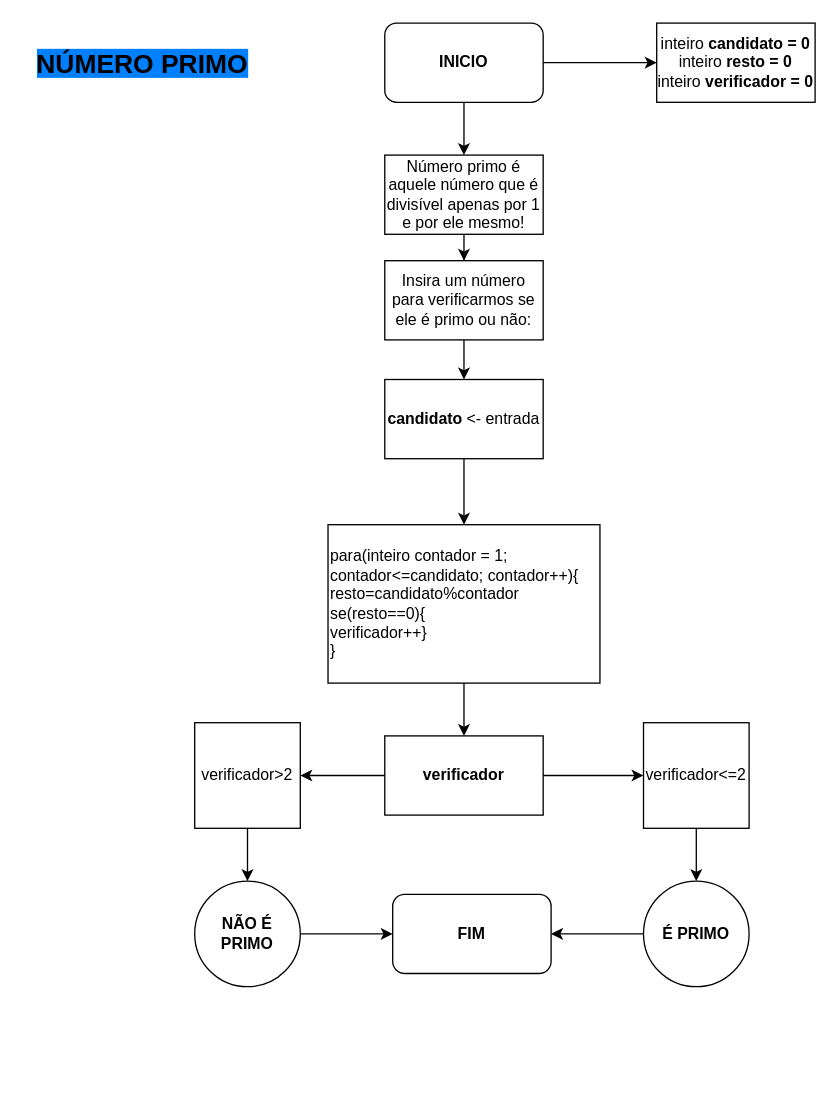
This is numero_primo.drawio from Matheuslbcosta02/diagramas_pdf, a draw.io file, before an edit. Source tidied: cells renumbered, new cells numbered last; positions are measured from the earlier drawing's top-left corner, leaving out a move shared by most shapes. Both pictures are drawn from the tidied source at 132%, with x=0, y=0 at pixel (22, 22).
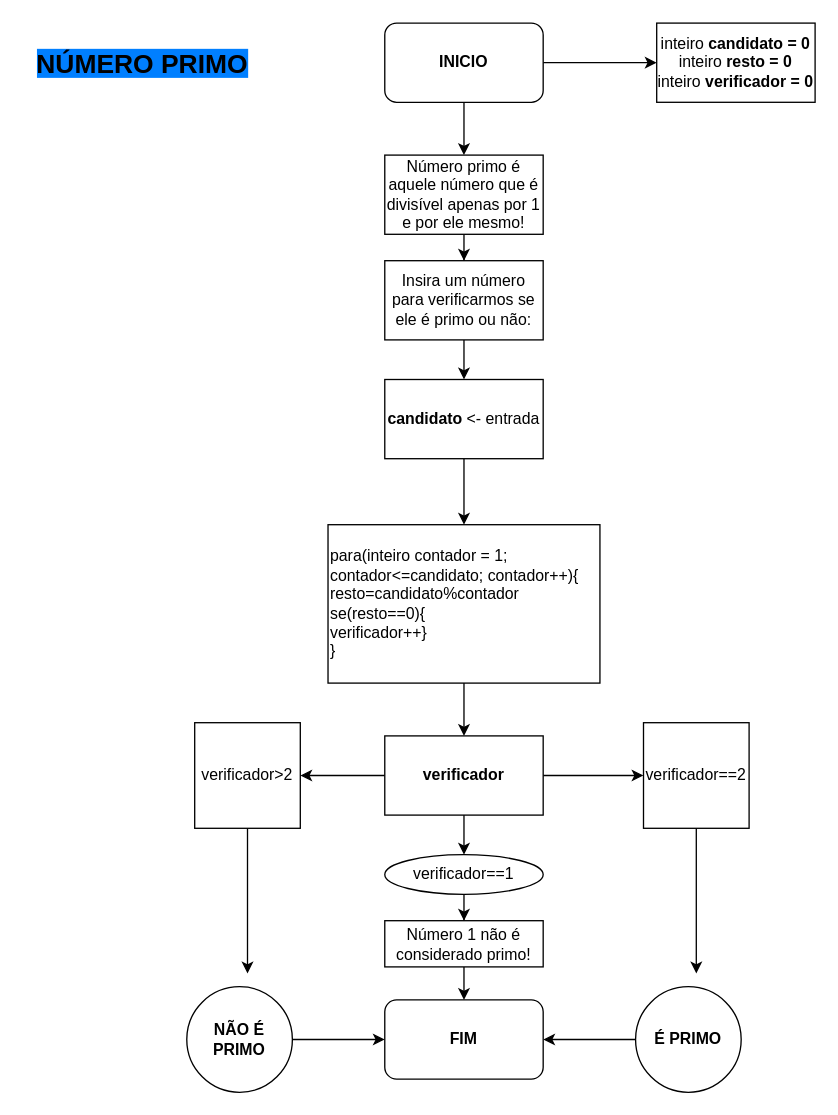
The same diagram, later.

The change refers to these unchanged cells:
```xml
<mxCell id="17" value="&lt;b&gt;verificador&lt;/b&gt;" style="rounded=0;whiteSpace=wrap;html=1;" parent="1" vertex="1">
  <mxGeometry x="274" y="540" width="120" height="60" as="geometry" />
</mxCell>
<mxCell id="19" value="verificador&amp;gt;2" style="whiteSpace=wrap;html=1;" parent="1" vertex="1">
  <mxGeometry x="130" y="530" width="80" height="80" as="geometry" />
</mxCell>
```

The edit, as a diff of the source:
```diff
@@
+    <mxCell id="27" style="edgeStyle=orthogonalEdgeStyle;rounded=0;jettySize=auto;html=1;" parent="1" edge="1" source="17">
+      <mxGeometry relative="1" as="geometry">
+        <mxPoint x="334" y="630" as="targetPoint" />
+      </mxGeometry>
+    </mxCell>
@@
-    <mxCell id="18" style="edgeStyle=orthogonalEdgeStyle;rounded=0;jettySize=auto;html=1;" parent="1" edge="1" source="19">
-      <mxGeometry relative="1" as="geometry">
-        <mxPoint x="170" y="650" as="targetPoint" />
-      </mxGeometry>
-    </mxCell>
+    <mxCell id="28" style="edgeStyle=orthogonalEdgeStyle;rounded=0;jettySize=auto;html=1;" parent="1" edge="1" source="19">
+      <mxGeometry relative="1" as="geometry">
+        <mxPoint x="170" y="720" as="targetPoint" />
+      </mxGeometry>
+    </mxCell>
@@
-    <mxCell id="20" style="edgeStyle=orthogonalEdgeStyle;rounded=0;jettySize=auto;html=1;" parent="1" edge="1" source="21" target="23">
-      <mxGeometry relative="1" as="geometry" />
-    </mxCell>
+    <mxCell id="29" style="edgeStyle=orthogonalEdgeStyle;rounded=0;jettySize=auto;html=1;" parent="1" edge="1" source="21">
+      <mxGeometry relative="1" as="geometry">
+        <mxPoint x="510" y="720" as="targetPoint" />
+      </mxGeometry>
+    </mxCell>
-    <mxCell id="21" value="verificador&amp;lt;=2" style="whiteSpace=wrap;html=1;" parent="1" vertex="1">
+    <mxCell id="21" value="verificador==2" style="whiteSpace=wrap;html=1;" parent="1" vertex="1">
       <mxGeometry x="470" y="530" width="80" height="80" as="geometry" />
     </mxCell>
@@
     <mxCell id="23" value="&lt;b&gt;É PRIMO&lt;/b&gt;" style="ellipse;whiteSpace=wrap;html=1;" parent="1" vertex="1">
-      <mxGeometry x="470" y="650" width="80" height="80" as="geometry" />
+      <mxGeometry x="464" y="730" width="80" height="80" as="geometry" />
     </mxCell>
     <mxCell id="24" style="edgeStyle=orthogonalEdgeStyle;rounded=0;jettySize=auto;html=1;" parent="1" edge="1" source="25">
       <mxGeometry relative="1" as="geometry">
-        <mxPoint x="280" y="690" as="targetPoint" />
+        <mxPoint x="274" y="770" as="targetPoint" />
       </mxGeometry>
     </mxCell>
     <mxCell id="25" value="&lt;b&gt;NÃO É PRIMO&lt;/b&gt;" style="ellipse;whiteSpace=wrap;html=1;" parent="1" vertex="1">
-      <mxGeometry x="130" y="650" width="80" height="80" as="geometry" />
+      <mxGeometry x="124" y="730" width="80" height="80" as="geometry" />
     </mxCell>
     <mxCell id="26" value="&lt;b&gt;FIM&lt;/b&gt;" style="rounded=1;whiteSpace=wrap;html=1;" parent="1" vertex="1">
-      <mxGeometry x="280" y="660" width="120" height="60" as="geometry" />
+      <mxGeometry x="274" y="740" width="120" height="60" as="geometry" />
     </mxCell>
+    <mxCell id="30" style="edgeStyle=orthogonalEdgeStyle;rounded=0;jettySize=auto;html=1;entryX=0.5;entryY=0;entryDx=0;entryDy=0;" parent="1" edge="1" source="31" target="33">
+      <mxGeometry relative="1" as="geometry" />
+    </mxCell>
+    <mxCell id="31" value="verificador==1" style="ellipse;whiteSpace=wrap;html=1;" parent="1" vertex="1">
+      <mxGeometry x="274" y="630" width="120" height="30" as="geometry" />
+    </mxCell>
+    <mxCell id="32" style="edgeStyle=orthogonalEdgeStyle;rounded=0;jettySize=auto;html=1;entryX=0.5;entryY=0;entryDx=0;entryDy=0;" parent="1" edge="1" source="33" target="26">
+      <mxGeometry relative="1" as="geometry" />
+    </mxCell>
+    <mxCell id="33" value="Número 1 não é considerado primo!" style="rounded=0;whiteSpace=wrap;html=1;" parent="1" vertex="1">
+      <mxGeometry x="274" y="680" width="120" height="35" as="geometry" />
+    </mxCell>
```
